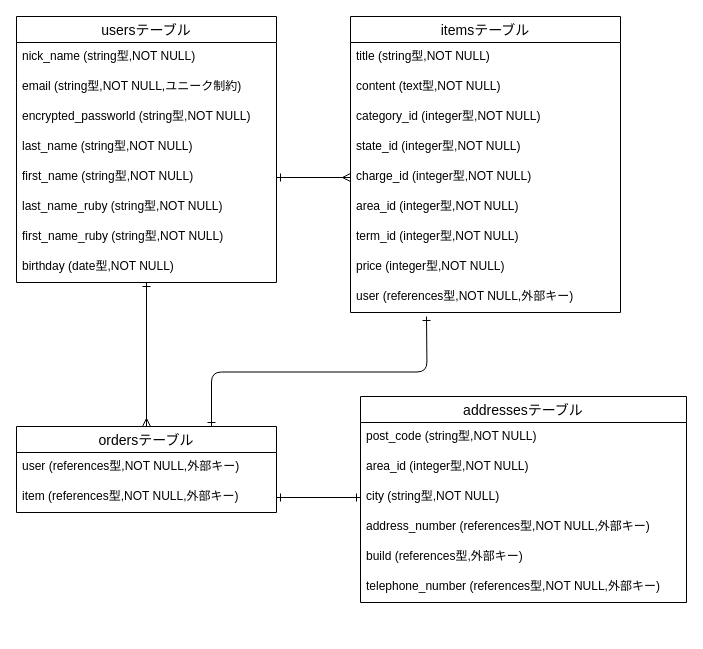
This is er.dio from harukakak/furima-37403, a draw.io file, before an edit. Source tidied: cells renumbered, new cells numbered last; positions are measured from the earlier drawing's top-left corner, leaving out a move shared by most shapes. Both pictures are drawn from the tidied source at 100%, with x=0, y=0 at pixel (16, 16).
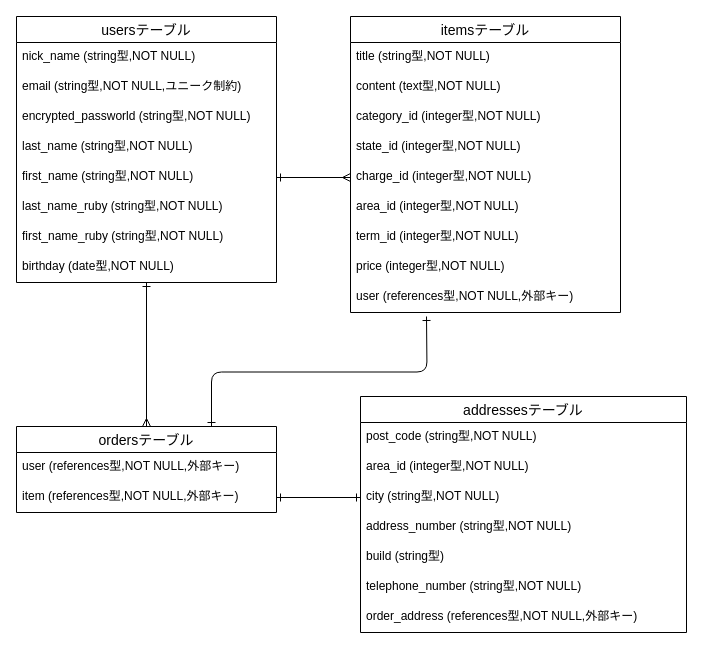
The same diagram, later.

Diff of the diagram source:
```diff
@@
     <mxCell id="26" value="addressesテーブル" style="swimlane;fontStyle=0;horizontal=1;startSize=26;align=center;fontSize=14;" parent="1" vertex="1">
-      <mxGeometry x="344" y="380" width="326" height="206" as="geometry" />
+      <mxGeometry x="344" y="380" width="326" height="236" as="geometry" />
     </mxCell>
@@
-    <mxCell id="30" value="address_number (references型,NOT NULL,外部キー)" style="text;strokeColor=none;fillColor=none;spacingLeft=4;spacingRight=4;overflow=hidden;fontSize=12;" parent="26" vertex="1">
+    <mxCell id="30" value="address_number (string型,NOT NULL)" style="text;strokeColor=none;fillColor=none;spacingLeft=4;spacingRight=4;overflow=hidden;fontSize=12;" parent="26" vertex="1">
       <mxGeometry y="116" width="326" height="30" as="geometry" />
     </mxCell>
-    <mxCell id="31" value="build (references型,外部キー)" style="text;strokeColor=none;fillColor=none;spacingLeft=4;spacingRight=4;overflow=hidden;fontSize=12;" parent="26" vertex="1">
+    <mxCell id="31" value="build (string型)" style="text;strokeColor=none;fillColor=none;spacingLeft=4;spacingRight=4;overflow=hidden;fontSize=12;" parent="26" vertex="1">
       <mxGeometry y="146" width="326" height="30" as="geometry" />
     </mxCell>
-    <mxCell id="32" value="telephone_number (references型,NOT NULL,外部キー)" style="text;strokeColor=none;fillColor=none;spacingLeft=4;spacingRight=4;overflow=hidden;fontSize=12;" parent="26" vertex="1">
+    <mxCell id="32" value="telephone_number (string型,NOT NULL)" style="text;strokeColor=none;fillColor=none;spacingLeft=4;spacingRight=4;overflow=hidden;fontSize=12;" parent="26" vertex="1">
       <mxGeometry y="176" width="326" height="30" as="geometry" />
     </mxCell>
+    <mxCell id="35" value="order_address (references型,NOT NULL,外部キー)" style="text;strokeColor=none;fillColor=none;spacingLeft=4;spacingRight=4;overflow=hidden;fontSize=12;" parent="26" vertex="1">
+      <mxGeometry y="206" width="326" height="30" as="geometry" />
+    </mxCell>
```
